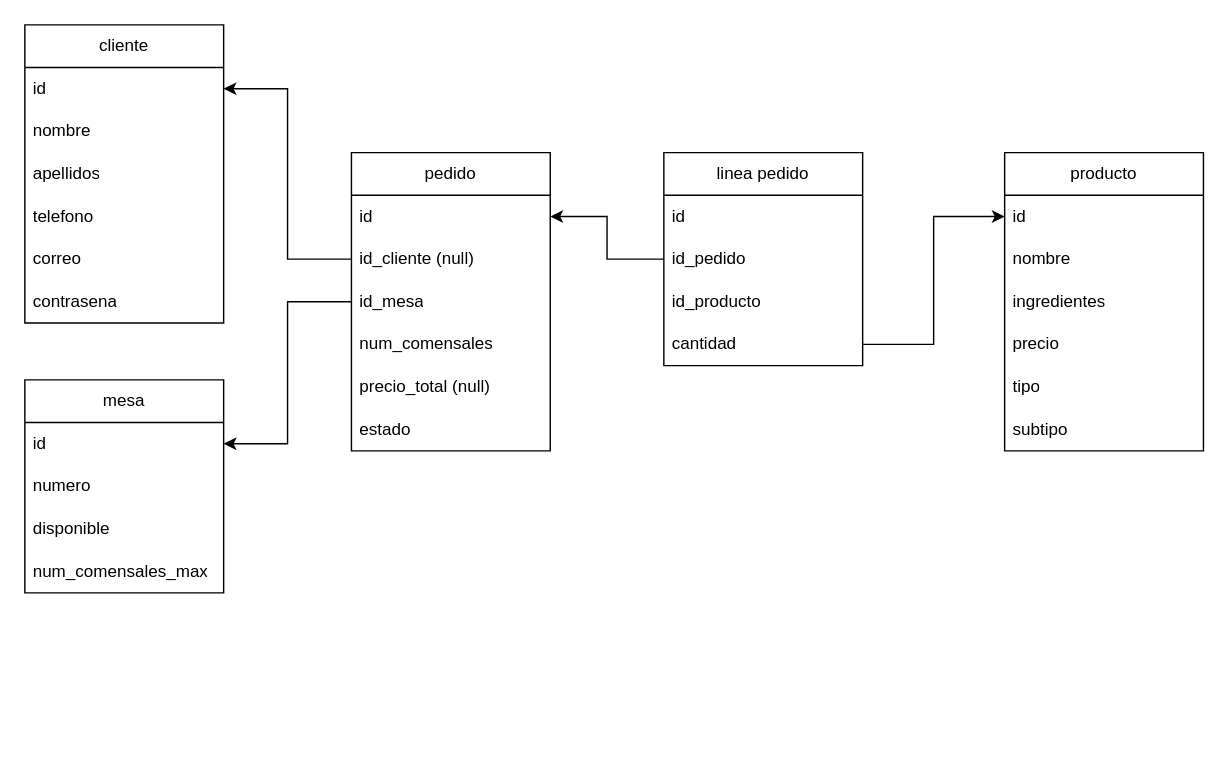
Before: 2DAW/DESARROLLO_SERVIDOR/Taller1/drawio/Ejercicio1.drawio in AndersonOlivos/DAW-SAFA, a draw.io diagram. Source tidied: cells renumbered, new cells numbered last; positions are measured from the earlier drawing's top-left corner, leaving out a move shared by most shapes. Both pictures are drawn from the tidied source at 142%, with x=0, y=0 at pixel (24, 24).
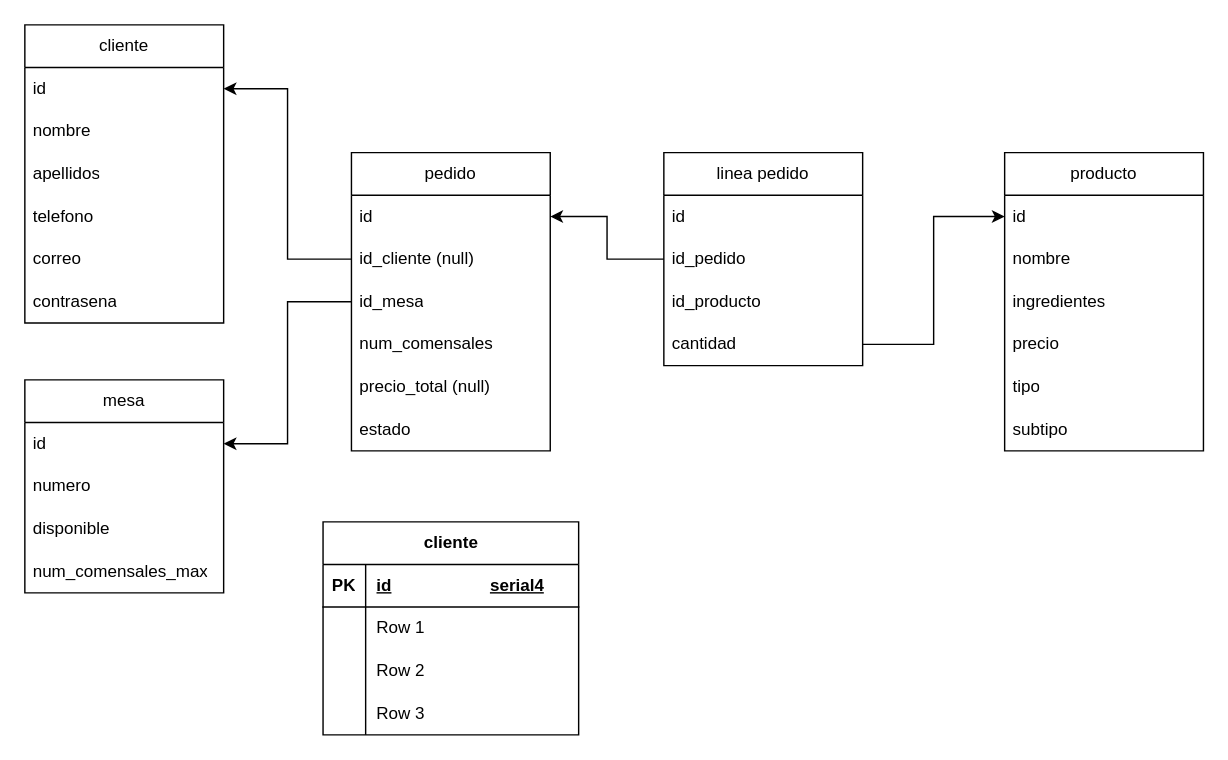
After the change.

Diff of the diagram source:
```diff
@@
+    <mxCell id="37" value="cliente" style="shape=table;startSize=30;childLayout=tableLayout;rowLines=0;fontStyle=1;align=center;html=1;" parent="1" vertex="1">
+      <mxGeometry x="210" y="350" width="180" height="150" as="geometry" />
+    </mxCell>
+    <mxCell id="38" style="shape=tableRow;horizontal=0;startSize=0;swimlaneHead=0;swimlaneBody=0;fillColor=none;top=0;left=0;right=0;bottom=1;" parent="37" vertex="1">
+      <mxGeometry y="30" width="180" height="30" as="geometry" />
+    </mxCell>
+    <mxCell id="39" value="PK" style="shape=partialRectangle;fillColor=none;top=0;left=0;bottom=0;right=0;fontStyle=1;overflow=hidden;whiteSpace=wrap;html=1;" parent="38" vertex="1">
+      <mxGeometry width="30" height="30" as="geometry" />
+    </mxCell>
+    <mxCell id="40" value="id&lt;span style=&quot;white-space: pre;&quot;&gt;&#9;&lt;/span&gt;&lt;span style=&quot;white-space: pre;&quot;&gt;&#9;&lt;span style=&quot;white-space: pre;&quot;&gt;&#9;&lt;/span&gt;&lt;/span&gt;serial4" style="shape=partialRectangle;fillColor=none;top=0;left=0;bottom=0;right=0;align=left;spacingLeft=6;fontStyle=5;overflow=hidden;whiteSpace=wrap;html=1;" parent="38" vertex="1">
+      <mxGeometry x="30" width="150" height="30" as="geometry" />
+    </mxCell>
+    <mxCell id="41" style="shape=tableRow;horizontal=0;startSize=0;swimlaneHead=0;swimlaneBody=0;fillColor=none;top=0;left=0;right=0;bottom=0;" parent="37" vertex="1">
+      <mxGeometry y="60" width="180" height="30" as="geometry" />
+    </mxCell>
+    <mxCell id="42" style="shape=partialRectangle;fillColor=none;top=0;left=0;bottom=0;right=0;overflow=hidden;whiteSpace=wrap;html=1;" parent="41" vertex="1">
+      <mxGeometry width="30" height="30" as="geometry" />
+    </mxCell>
+    <mxCell id="43" value="Row 1" style="shape=partialRectangle;fillColor=none;top=0;left=0;bottom=0;right=0;align=left;spacingLeft=6;overflow=hidden;whiteSpace=wrap;html=1;" parent="41" vertex="1">
+      <mxGeometry x="30" width="150" height="30" as="geometry" />
+    </mxCell>
+    <mxCell id="44" style="shape=tableRow;horizontal=0;startSize=0;swimlaneHead=0;swimlaneBody=0;fillColor=none;top=0;left=0;right=0;bottom=0;" parent="37" vertex="1">
+      <mxGeometry y="90" width="180" height="30" as="geometry" />
+    </mxCell>
+    <mxCell id="45" style="shape=partialRectangle;fillColor=none;top=0;left=0;bottom=0;right=0;overflow=hidden;whiteSpace=wrap;html=1;" parent="44" vertex="1">
+      <mxGeometry width="30" height="30" as="geometry" />
+    </mxCell>
+    <mxCell id="46" value="Row 2" style="shape=partialRectangle;fillColor=none;top=0;left=0;bottom=0;right=0;align=left;spacingLeft=6;overflow=hidden;whiteSpace=wrap;html=1;" parent="44" vertex="1">
+      <mxGeometry x="30" width="150" height="30" as="geometry" />
+    </mxCell>
+    <mxCell id="47" style="shape=tableRow;horizontal=0;startSize=0;swimlaneHead=0;swimlaneBody=0;fillColor=none;top=0;left=0;right=0;bottom=0;" parent="37" vertex="1">
+      <mxGeometry y="120" width="180" height="30" as="geometry" />
+    </mxCell>
+    <mxCell id="48" style="shape=partialRectangle;fillColor=none;top=0;left=0;bottom=0;right=0;overflow=hidden;whiteSpace=wrap;html=1;" parent="47" vertex="1">
+      <mxGeometry width="30" height="30" as="geometry" />
+    </mxCell>
+    <mxCell id="49" value="Row 3" style="shape=partialRectangle;fillColor=none;top=0;left=0;bottom=0;right=0;align=left;spacingLeft=6;overflow=hidden;whiteSpace=wrap;html=1;" parent="47" vertex="1">
+      <mxGeometry x="30" width="150" height="30" as="geometry" />
+    </mxCell>
```
